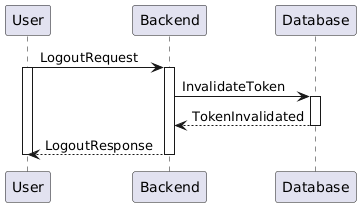
Above: docs/diagrams/out/docs/diagrams/sequence-diagrams/all-sequence-diagrams/Log out.png in jadwalapp/symmetrical-spoon (PlantUML), before the change. Its diagram source:
```plantuml
@startuml
User -> Backend ++ : LogoutRequest
activate User

Backend -> Database ++ : InvalidateToken
Database --> Backend -- : TokenInvalidated

Backend --> User -- : LogoutResponse
deactivate User
@enduml
```
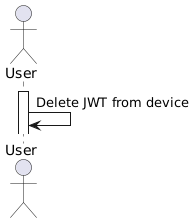
After the commit.

What changed in the source:
```diff
@@ -1,10 +1,7 @@
 @startuml
-User -> Backend ++ : LogoutRequest
+actor User
+
 activate User
 
-Backend -> Database ++ : InvalidateToken
-Database --> Backend -- : TokenInvalidated
-
-Backend --> User -- : LogoutResponse
-deactivate User
+User -> User : Delete JWT from device
 @enduml
```
